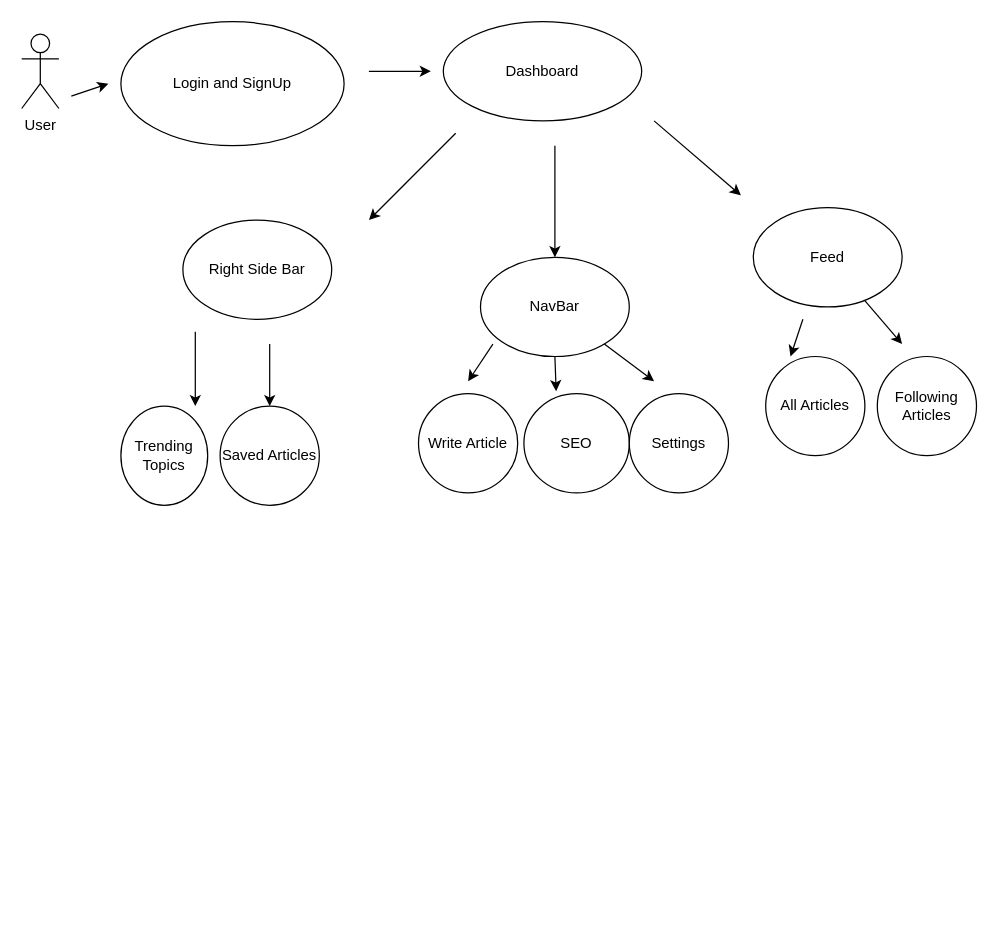
The draw.io diagram Untitled Diagram.drawio in dhanush77777/MindScribe, before the edit. Source tidied: cells renumbered, new cells numbered last; positions are measured from the earlier drawing's top-left corner, leaving out a move shared by most shapes. Both pictures are drawn from the tidied source at 124%, with x=0, y=0 at pixel (21, 21).
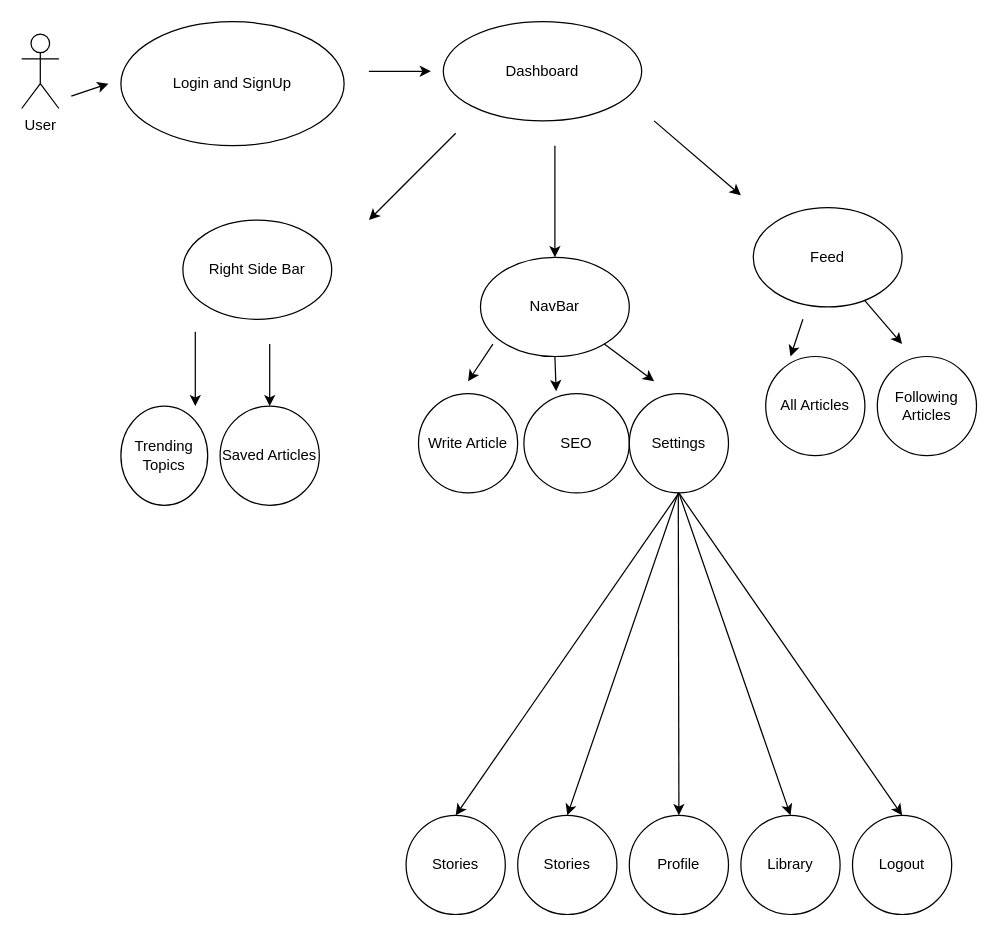
The same page after the edit.

Unchanged cells that the change refers to:
```xml
<mxCell id="23" value="Settings" style="ellipse;whiteSpace=wrap;html=1;" parent="1" vertex="1">
  <mxGeometry x="490" y="300" width="80" height="80" as="geometry" />
</mxCell>
```

Change to the diagram source:
```diff
@@
+    <mxCell id="30" value="Profile" style="ellipse;whiteSpace=wrap;html=1;" parent="1" vertex="1">
+      <mxGeometry x="490" y="640" width="80" height="80" as="geometry" />
+    </mxCell>
+    <mxCell id="31" style="endArrow=classic;html=1;rounded=0;entryX=0.5;entryY=0;entryDx=0;entryDy=0;" parent="1" edge="1" target="30">
+      <mxGeometry relative="1" as="geometry">
+        <mxPoint x="529.5" y="380" as="sourcePoint" />
+      </mxGeometry>
+    </mxCell>
+    <mxCell id="32" value="Library" style="ellipse;whiteSpace=wrap;html=1;" parent="1" vertex="1">
+      <mxGeometry x="580" y="640" width="80" height="80" as="geometry" />
+    </mxCell>
+    <mxCell id="33" value="Stories" style="ellipse;whiteSpace=wrap;html=1;" parent="1" vertex="1">
+      <mxGeometry x="400" y="640" width="80" height="80" as="geometry" />
+    </mxCell>
+    <mxCell id="34" style="endArrow=classic;html=1;rounded=0;entryX=0.5;entryY=0;entryDx=0;entryDy=0;" parent="1" edge="1" target="33">
+      <mxGeometry relative="1" as="geometry">
+        <mxPoint x="529.5" y="380" as="sourcePoint" />
+      </mxGeometry>
+    </mxCell>
+    <mxCell id="35" style="endArrow=classic;html=1;rounded=0;entryX=0.5;entryY=0;entryDx=0;entryDy=0;exitX=0.5;exitY=1;exitDx=0;exitDy=0;" parent="1" edge="1" source="23" target="32">
+      <mxGeometry relative="1" as="geometry" />
+    </mxCell>
+    <mxCell id="36" value="Logout" style="ellipse;whiteSpace=wrap;html=1;" parent="1" vertex="1">
+      <mxGeometry x="670" y="640" width="80" height="80" as="geometry" />
+    </mxCell>
+    <mxCell id="37" style="endArrow=classic;html=1;rounded=0;entryX=0.5;entryY=0;entryDx=0;entryDy=0;exitX=0.5;exitY=1;exitDx=0;exitDy=0;" parent="1" edge="1" source="23" target="36">
+      <mxGeometry relative="1" as="geometry" />
+    </mxCell>
+    <mxCell id="38" value="Stories" style="ellipse;whiteSpace=wrap;html=1;" parent="1" vertex="1">
+      <mxGeometry x="310" y="640" width="80" height="80" as="geometry" />
+    </mxCell>
+    <mxCell id="39" style="endArrow=classic;html=1;rounded=0;entryX=0.5;entryY=0;entryDx=0;entryDy=0;" parent="1" edge="1" target="38">
+      <mxGeometry relative="1" as="geometry">
+        <mxPoint x="530" y="380" as="sourcePoint" />
+      </mxGeometry>
+    </mxCell>
```
